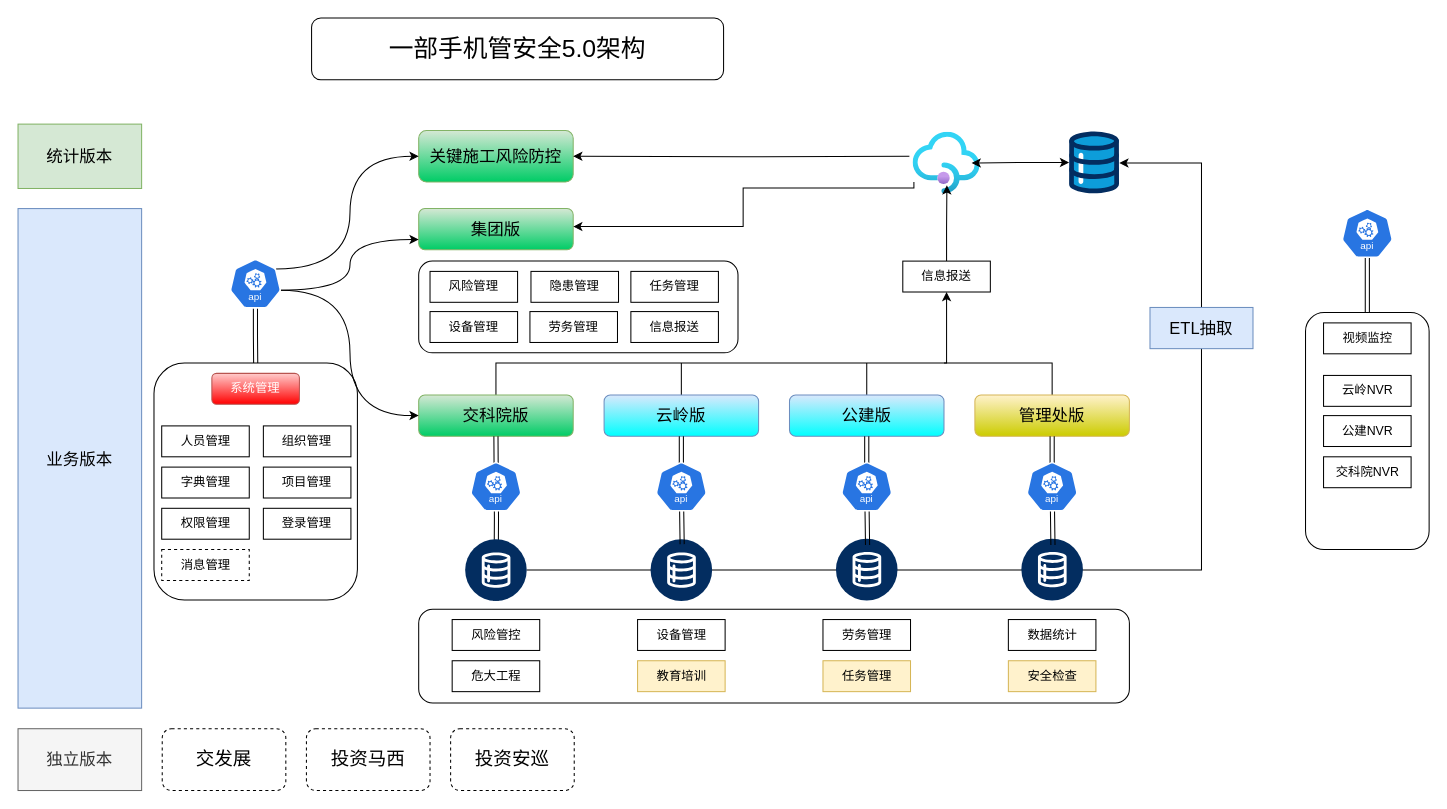
The draw.io diagram 安全5.0架构.drawio in kerwin58/drawio, before the edit. Source tidied: cells renumbered, new cells numbered last; positions are measured from the earlier drawing's top-left corner, leaving out a move shared by most shapes. Both pictures are drawn from the tidied source at 103%, with x=0, y=0 at pixel (18, 18).
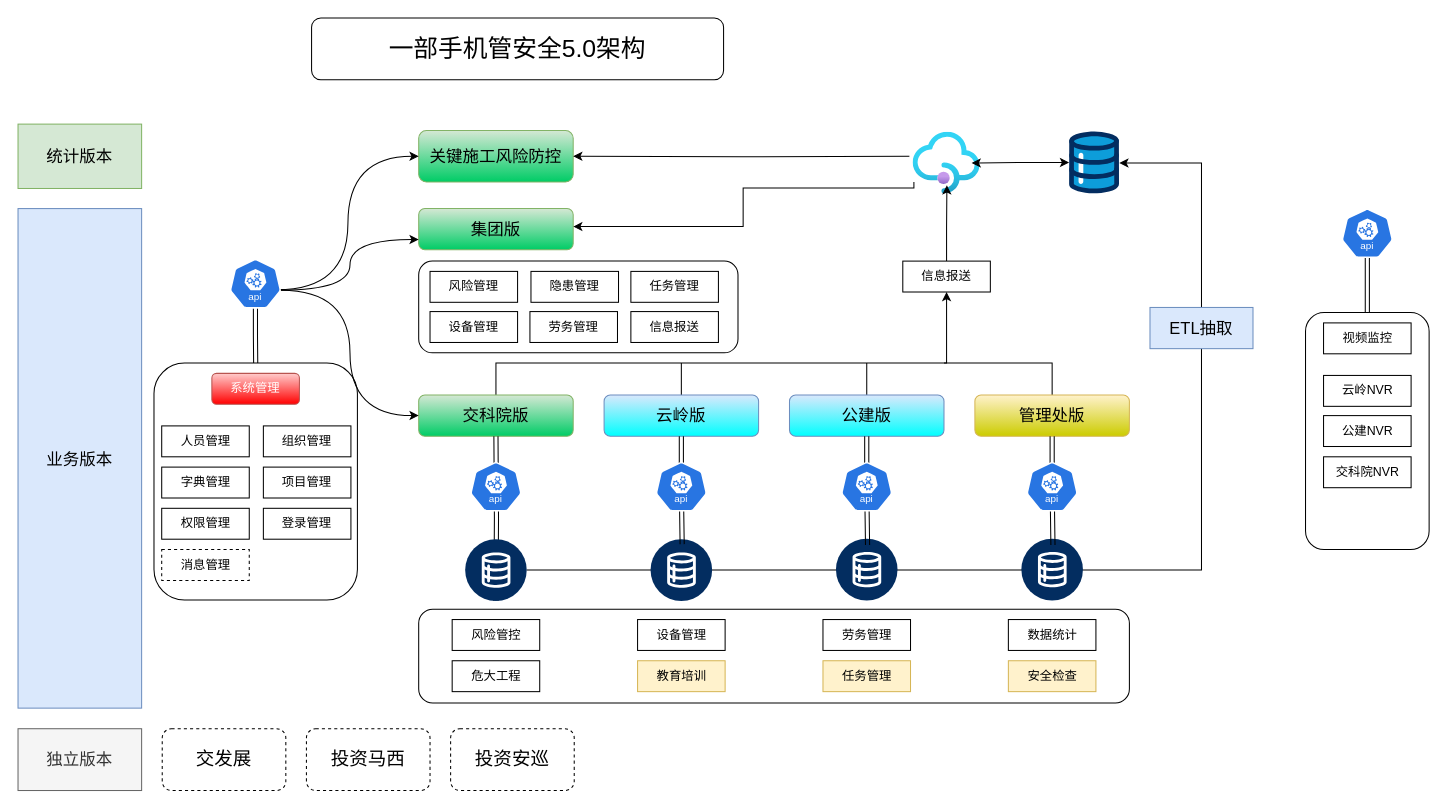
After the change.

Commit message:
更新安全5.0架构.drawio

Unchanged cells that the change refers to:
```xml
<mxCell id="17" value="&lt;font style=&quot;font-size: 16px;&quot;&gt;关键施工风险防控&lt;/font&gt;" style="rounded=1;whiteSpace=wrap;html=1;fillColor=#d5e8d4;strokeColor=#82b366;gradientColor=#00CC66;" parent="1" vertex="1">
  <mxGeometry x="389" y="109.2" width="150" height="50" as="geometry" />
</mxCell>
<mxCell id="73" style="sketch=0;html=1;dashed=0;whitespace=wrap;verticalLabelPosition=bottom;verticalAlign=top;fillColor=#2875E2;strokeColor=#ffffff;points=[[0.005,0.63,0],[0.1,0.2,0],[0.9,0.2,0],[0.5,0,0],[0.995,0.63,0],[0.72,0.99,0],[0.5,1,0],[0.28,0.99,0]];shape=mxgraph.kubernetes.icon2;kubernetesLabel=1;prIcon=api;" parent="1" vertex="1">
  <mxGeometry x="205.5" y="234" width="50" height="48" as="geometry" />
</mxCell>
```

Change to the diagram source:
```diff
@@
-    <mxCell id="70" style="edgeStyle=orthogonalEdgeStyle;rounded=0;jettySize=auto;html=1;exitX=0.9;exitY=0.2;exitDx=0;exitDy=0;exitPerimeter=0;entryX=0;entryY=0.5;entryDx=0;entryDy=0;curved=1;" parent="1" edge="1" source="73" target="17">
-      <mxGeometry relative="1" as="geometry" />
+    <mxCell id="70" style="edgeStyle=orthogonalEdgeStyle;rounded=0;jettySize=auto;html=1;exitX=0.9;exitY=0.2;exitDx=0;exitDy=0;exitPerimeter=0;entryX=0;entryY=0.5;entryDx=0;entryDy=0;curved=1;" parent="1" edge="1" target="17">
+      <mxGeometry relative="1" as="geometry">
+        <mxPoint x="250.5" y="263.7" as="sourcePoint" />
+      </mxGeometry>
     </mxCell>
```
